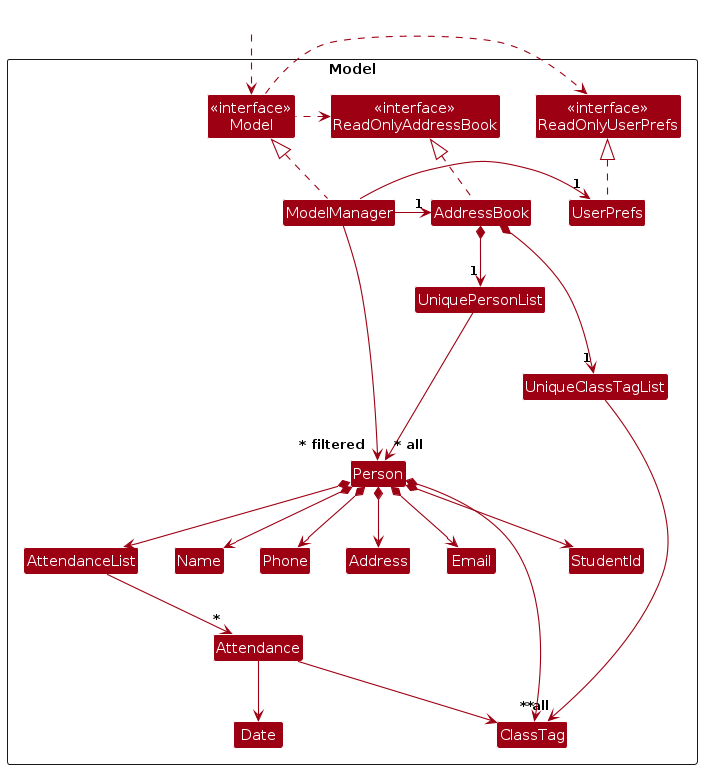
This is diagrams/ModelClassDiagram.png from AY2526S1-CS2103T-F10-3/tp, a PlantUML export, as it was before one commit. Its source is kept beside it as diagrams/ModelClassDiagram.puml.
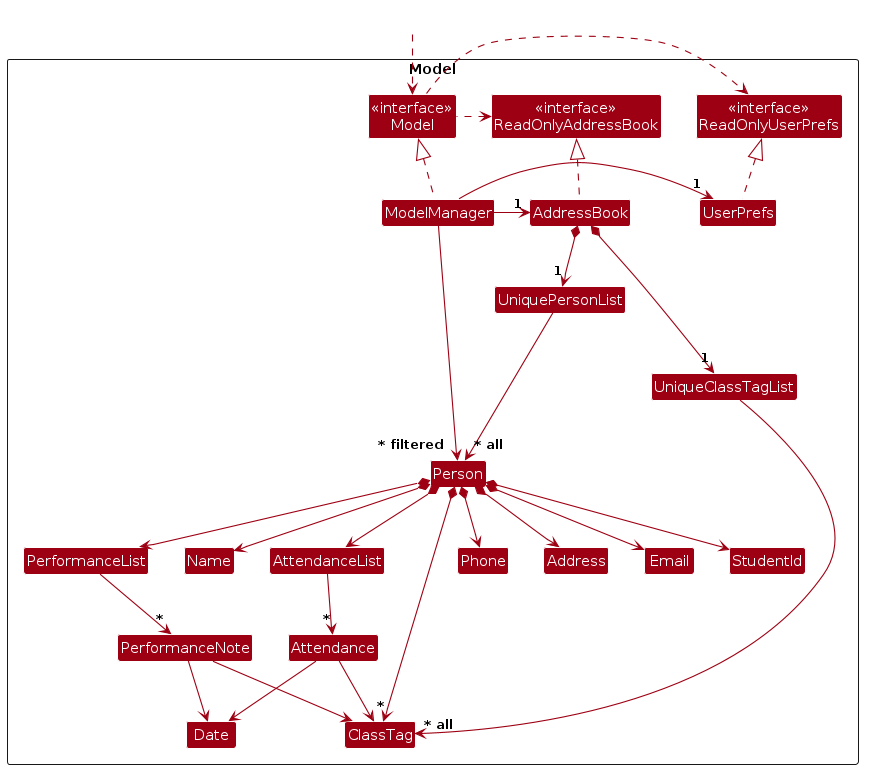
The same diagram one commit later.

Diff of the diagram source:
```diff
@@ -24,6 +24,8 @@
 Class AttendanceList
 Class Attendance
 Class Date
+Class PerformanceList
+Class PerformanceNote
 
 Class I #FFFFFF
 }
@@ -51,11 +53,17 @@
 Person *--> StudentId
 Person *--> "*" ClassTag
 Person *--> AttendanceList
+Person *--> PerformanceList
 
 AttendanceList --> "*" Attendance
 
 Attendance --> Date
 Attendance --> ClassTag
+
+PerformanceList --> "*" PerformanceNote
+
+PerformanceNote --> Date
+PerformanceNote --> ClassTag
 
 Person -[hidden]up--> I
 UniquePersonList -[hidden]right-> I
```
